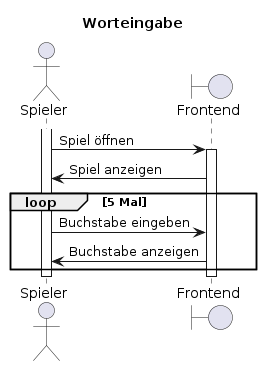
Before: docs/requirements/F001/F001_seq.png, a diagram exported from PlantUML (wordle-time/wordle-time).
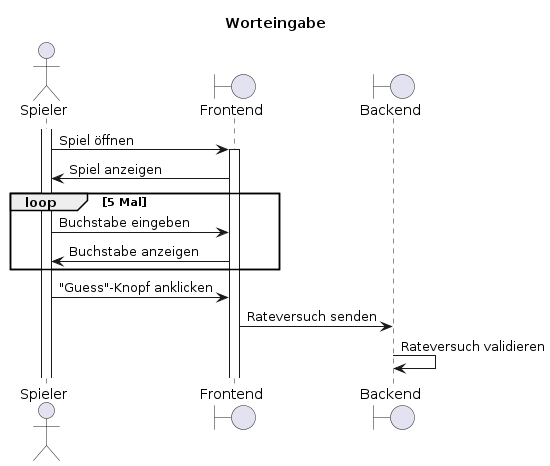
Above is the later version.

Diff of the diagram source:
```diff
@@ -3,6 +3,7 @@
 
 actor "Spieler" as user
 boundary "Frontend" as frontend
+boundary "Backend" as backend
 
 activate user
 user -> frontend: Spiel öffnen
@@ -12,6 +13,7 @@
     user -> frontend: Buchstabe eingeben
     user <- frontend: Buchstabe anzeigen
 end
-deactivate frontend
-deactivate user
+user -> frontend: "Guess"-Knopf anklicken
+frontend -> backend: Rateversuch senden
+backend -> backend: Rateversuch validieren
 @enduml
```
